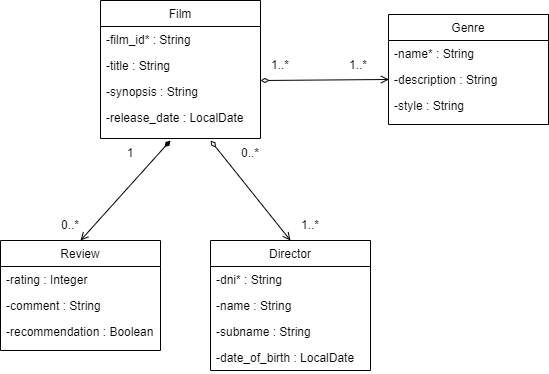
Earlier version of the draw.io export docs/film.models.png (wzzzzwwzw/apaw-practice). Source tidied: cells renumbered, new cells last; positions are measured from the earlier drawing's top-left corner, leaving out a move shared by most shapes.
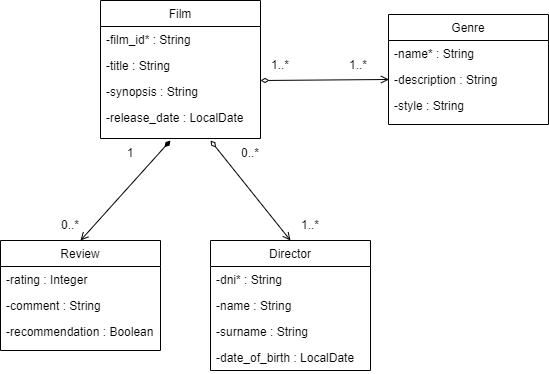
Later version of the same file.

Commit message:
added class Director #454

Change to the diagram source:
```diff
@@ -38,7 +38,7 @@
     <mxCell id="13" value="-name : String" style="text;align=left;verticalAlign=top;spacingLeft=4;spacingRight=4;overflow=hidden;" parent="11" vertex="1">
       <mxGeometry y="52" width="160" height="26" as="geometry" />
     </mxCell>
-    <mxCell id="14" value="-subname : String" style="text;align=left;verticalAlign=top;spacingLeft=4;spacingRight=4;overflow=hidden;" parent="11" vertex="1">
+    <mxCell id="14" value="-surname : String" style="text;align=left;verticalAlign=top;spacingLeft=4;spacingRight=4;overflow=hidden;" parent="11" vertex="1">
       <mxGeometry y="78" width="160" height="26" as="geometry" />
     </mxCell>
     <mxCell id="15" value="-date_of_birth : LocalDate" style="text;align=left;verticalAlign=top;spacingLeft=4;spacingRight=4;overflow=hidden;" parent="11" vertex="1">
```
